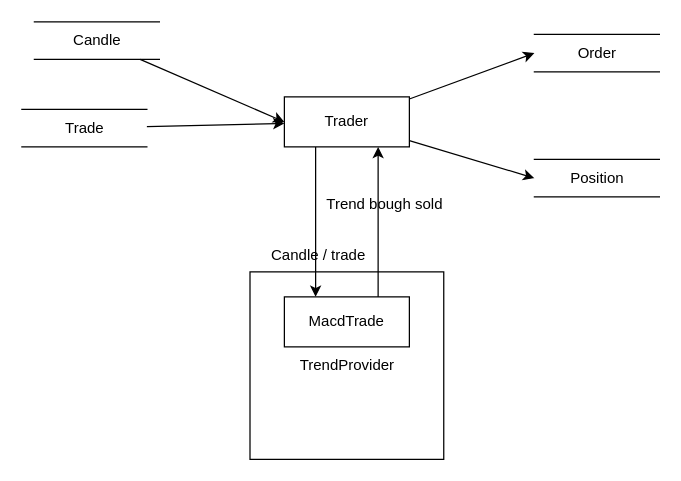
Before: page "Position" (1 of 2) of flow.drawio in vaniusrb/rustrade, a draw.io diagram. Source tidied: cells renumbered, new cells numbered last; positions are measured from the earlier drawing's top-left corner, leaving out a move shared by most shapes. Both pictures are drawn from the tidied source at 125%, with x=0, y=0 at pixel (21, 21).
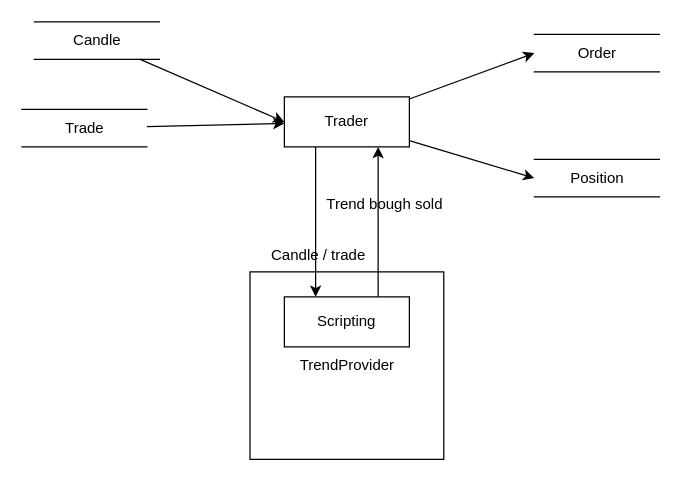
After the change.

What changed in the source:
```diff
@@
 <mxGraphModel>
   <root>
     <mxCell id="0" />
     <mxCell id="1" parent="0" />
     <mxCell id="2" value="TrendProvider" style="html=1;dashed=0;whitespace=wrap;" parent="1" vertex="1">
       <mxGeometry x="182.5" y="200" width="155" height="150" as="geometry" />
     </mxCell>
     <mxCell id="3" style="rounded=0;jettySize=auto;html=1;entryX=0;entryY=0.5;entryDx=0;entryDy=0;" parent="1" edge="1" source="7" target="9">
       <mxGeometry relative="1" as="geometry" />
     </mxCell>
     <mxCell id="4" style="edgeStyle=none;rounded=0;jettySize=auto;html=1;entryX=0;entryY=0.5;entryDx=0;entryDy=0;" parent="1" edge="1" source="7" target="8">
       <mxGeometry relative="1" as="geometry" />
     </mxCell>
     <mxCell id="5" style="edgeStyle=none;rounded=0;jettySize=auto;html=1;entryX=0.25;entryY=0;entryDx=0;entryDy=0;exitX=0.25;exitY=1;exitDx=0;exitDy=0;" parent="1" edge="1" source="7" target="12">
       <mxGeometry relative="1" as="geometry" />
     </mxCell>
     <mxCell id="6" value="&lt;br&gt;Candle / trade" style="text;html=1;align=center;verticalAlign=middle;labelBackgroundColor=none;" parent="5" vertex="1">
       <mxGeometry x="0.3" y="1" relative="1" as="geometry" />
     </mxCell>
     <mxCell id="7" value="Trader" style="rounded=0;whiteSpace=wrap;html=1;" parent="1" vertex="1">
       <mxGeometry x="210" y="60" width="100" height="40" as="geometry" />
     </mxCell>
     <mxCell id="8" value="Position" style="html=1;dashed=0;whitespace=wrap;shape=partialRectangle;right=0;left=0;fillColor=none;" parent="1" vertex="1">
       <mxGeometry x="410" y="110" width="100" height="30" as="geometry" />
     </mxCell>
     <mxCell id="9" value="Order" style="html=1;dashed=0;whitespace=wrap;shape=partialRectangle;right=0;left=0;fillColor=none;" parent="1" vertex="1">
       <mxGeometry x="410" y="10" width="100" height="30" as="geometry" />
     </mxCell>
     <mxCell id="10" style="edgeStyle=none;rounded=0;jettySize=auto;html=1;entryX=0.75;entryY=1;entryDx=0;entryDy=0;exitX=0.75;exitY=0;exitDx=0;exitDy=0;" parent="1" edge="1" source="12" target="7">
       <mxGeometry relative="1" as="geometry" />
     </mxCell>
     <mxCell id="11" value="Trend bough sold" style="text;html=1;align=center;verticalAlign=middle;labelBackgroundColor=none;" parent="10" vertex="1">
       <mxGeometry x="0.25" y="-4" relative="1" as="geometry" />
     </mxCell>
-    <mxCell id="12" value="MacdTrade" style="rounded=0;whiteSpace=wrap;html=1;" parent="1" vertex="1">
+    <mxCell id="12" value="Scripting" style="rounded=0;whiteSpace=wrap;html=1;" parent="1" vertex="1">
       <mxGeometry x="210" y="220" width="100" height="40" as="geometry" />
     </mxCell>
     <mxCell id="13" style="edgeStyle=none;rounded=0;jettySize=auto;html=1;entryX=0;entryY=0.5;entryDx=0;entryDy=0;" parent="1" edge="1" source="14" target="7">
       <mxGeometry relative="1" as="geometry" />
     </mxCell>
     <mxCell id="14" value="Candle" style="html=1;dashed=0;whitespace=wrap;shape=partialRectangle;right=0;left=0;fillColor=none;" parent="1" vertex="1">
       <mxGeometry x="10" width="100" height="30" as="geometry" />
     </mxCell>
     <mxCell id="15" style="edgeStyle=none;rounded=0;jettySize=auto;html=1;" parent="1" edge="1" source="16" target="7">
       <mxGeometry relative="1" as="geometry" />
     </mxCell>
     <mxCell id="16" value="Trade" style="html=1;dashed=0;whitespace=wrap;shape=partialRectangle;right=0;left=0;fillColor=none;" parent="1" vertex="1">
       <mxGeometry y="70" width="100" height="30" as="geometry" />
     </mxCell>
   </root>
 </mxGraphModel>
```
